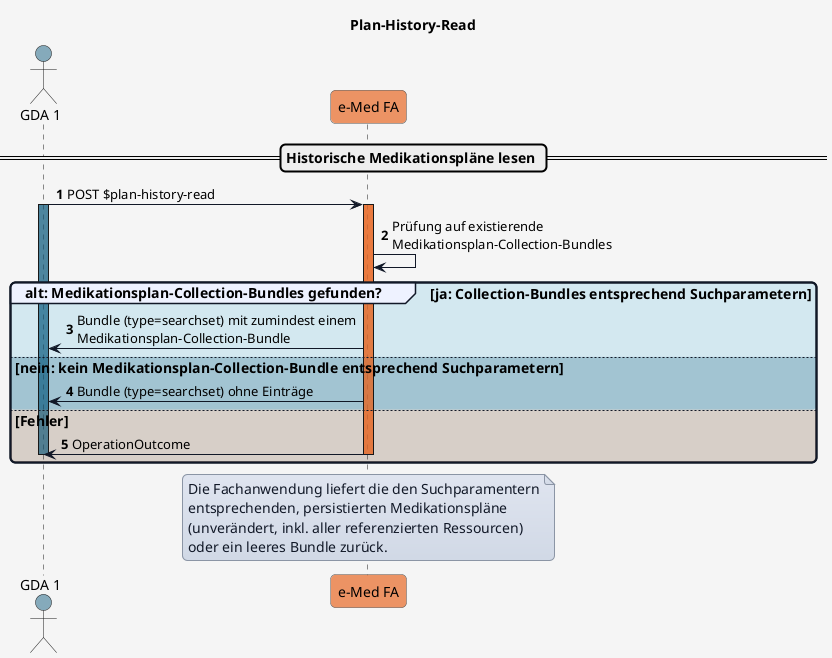
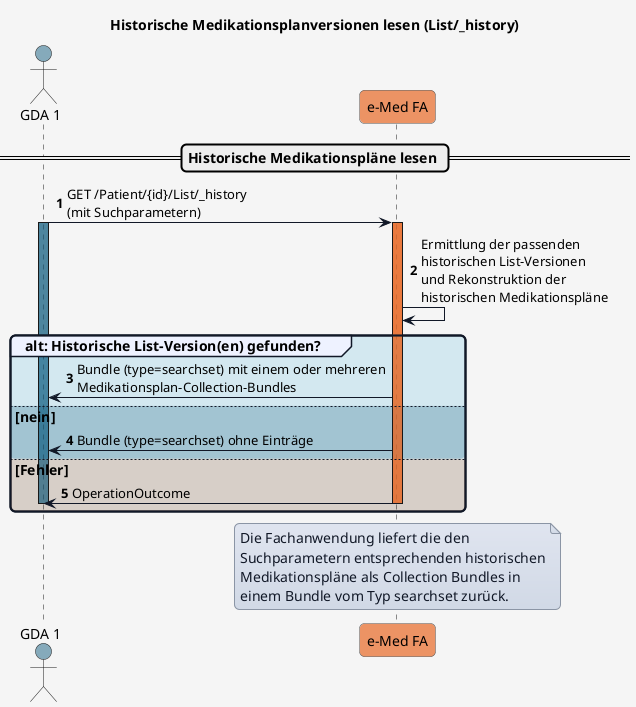
@startuml
- title Plan-History-Read
+ title Historische Medikationsplanversionen lesen (List/_history)

'skinparam actorStyle awesome

skinparam borderColor #000000
skinparam backgroundColor #f5f5f5
skinparam shadowing false
skinparam roundCorner 10
skinparam defaultFontName "Arial"
skinparam defaultFontSize 14
skinparam defaultFontColor #000000
skinparam HyperlinkColor #0000EE
skinparam HyperlinkUnderline false
skinparam BoxPadding 20
skinparam BoxBorderColor #555555

skinparam note {
  BackgroundColor #e0e5f0-#d1d9e6
  BorderColor #8b95a5
  BorderThickness 1
  RoundCorner 0
  Padding 6
  FontColor #111827
  Shadowing false
}

skinparam sequence {
  ParticipantBorderColor #555555
  ParticipantBackgroundColor #ffffff
  ParticipantFontColor #000000
  ParticipantFontSize 14
  ParticipantPadding 20
  ArrowColor #111827
  ArrowThickness 1
  ArrowFontColor #000000
  ArrowFontSize 13
  GroupBorderColor #111827
  GroupBackgroundColor #eef2ff
  GroupBorderThickness 2
}

!define COLOR_GDA_1    #15608280
!define COLOR_GDA_2    #96607D80
!define COLOR_PATIENT  #196B2480
!define COLOR_APO      #0F9ED590
!define COLOR_EMED_FA  #e97232bd
!define COLOR_E_REZEPT #cd3732a9

!define COLOR_OK       #0F9ED525
!define COLOR_OK_2     #34738d4e
!define COLOR_ERROR    #E9713235


actor GDA_1 as "GDA 1" COLOR_GDA_1
participant eMed_FA as "e-Med FA" COLOR_EMED_FA


autonumber

== Historische Medikationspläne lesen ==

- GDA_1 -> eMed_FA: POST $plan-history-read
+ GDA_1 -> eMed_FA: GET /Patient/{id}/List/_history\n(mit Suchparametern)
activate GDA_1 COLOR_GDA_1

activate eMed_FA COLOR_EMED_FA
- eMed_FA -> eMed_FA: Prüfung auf existierende\nMedikationsplan-Collection-Bundles
+ eMed_FA -> eMed_FA: Ermittlung der passenden\nhistorischen List-Versionen\nund Rekonstruktion der\nhistorischen Medikationspläne

- group COLOR_OK alt: Medikationsplan-Collection-Bundles gefunden? [ja: Collection-Bundles entsprechend Suchparametern]
-   eMed_FA -> GDA_1: Bundle (type=searchset) mit zumindest einem\nMedikationsplan-Collection-Bundle
- else COLOR_OK_2 nein: kein Medikationsplan-Collection-Bundle entsprechend Suchparametern
+ group COLOR_OK alt: Historische List-Version(en) gefunden?
+   eMed_FA -> GDA_1: Bundle (type=searchset) mit einem oder mehreren\nMedikationsplan-Collection-Bundles
+ else COLOR_OK_2 nein
  eMed_FA -> GDA_1: Bundle (type=searchset) ohne Einträge
else COLOR_ERROR Fehler
  eMed_FA -> GDA_1: OperationOutcome
  deactivate GDA_1
  deactivate eMed_FA
end

+ 
note over eMed_FA
- Die Fachanwendung liefert die den Suchparamentern
- entsprechenden, persistierten Medikationspläne
- (unverändert, inkl. aller referenzierten Ressourcen)
- oder ein leeres Bundle zurück.
+ Die Fachanwendung liefert die den
+ Suchparametern entsprechenden historischen
+ Medikationspläne als Collection Bundles in
+ einem Bundle vom Typ searchset zurück.
end note

- 
@enduml